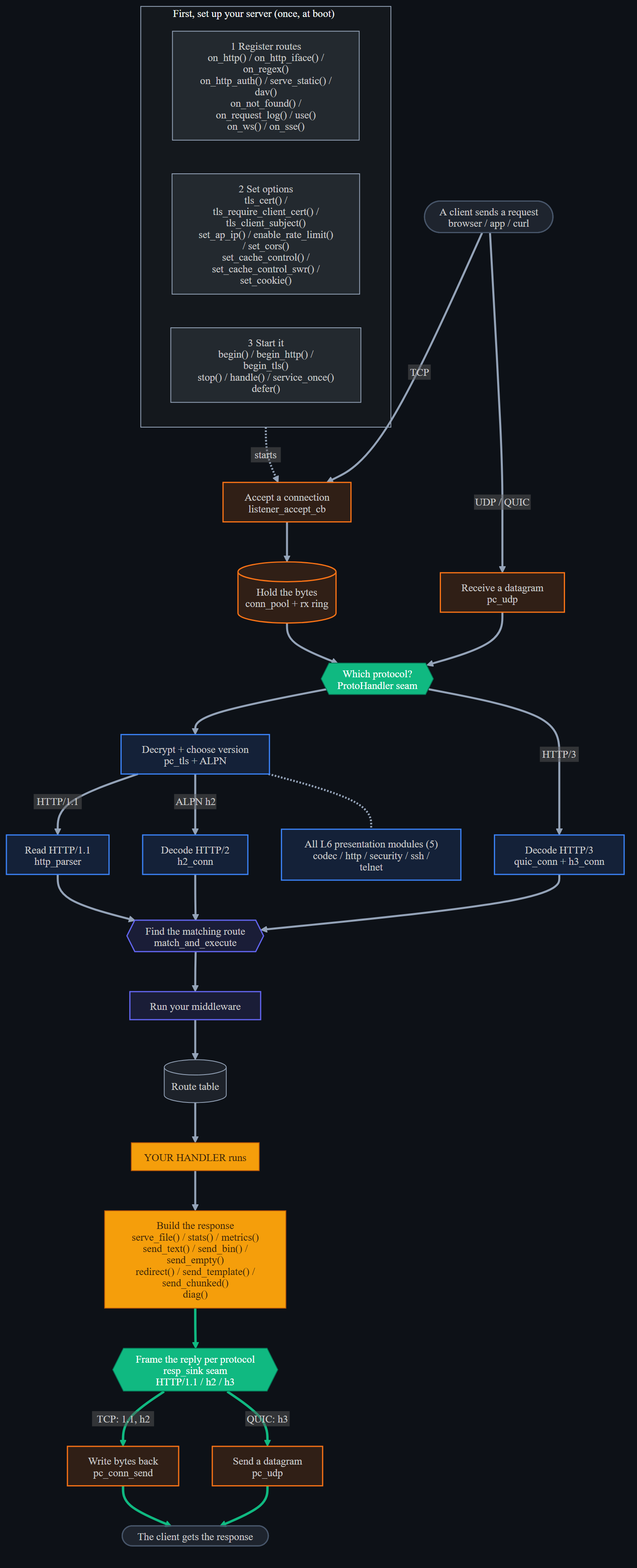
The Mermaid diagram docs/diagrams/api_flow_detail.dark.png in dstroy0/DeterministicESPAsyncWebServer, before a commit. Its source is kept beside it as docs/diagrams/api_flow_detail.mmd.
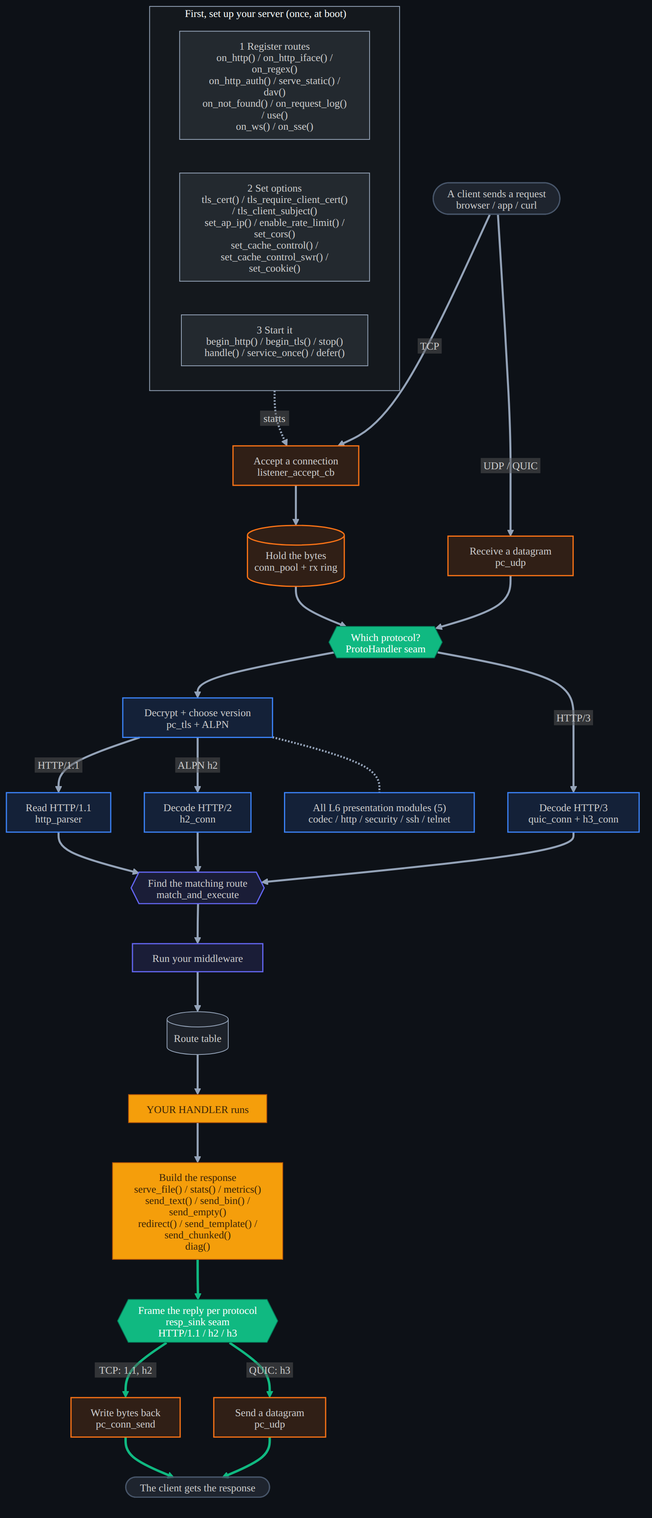
Above is the later version.

The edit, as a diff of the source:
```diff
@@ -4,7 +4,7 @@
     direction LR
     reg["1 Register routes<br/>on_http() / on_http_iface() / on_regex()<br/>on_http_auth() / serve_static() / dav()<br/>on_not_found() / on_request_log() / use()<br/>on_ws() / on_sse()"]
     cfg["2 Set options<br/>tls_cert() / tls_require_client_cert() / tls_client_subject()<br/>set_ap_ip() / enable_rate_limit() / set_cors()<br/>set_cache_control() / set_cache_control_swr() / set_cookie()"]
-    run["3 Start it<br/>begin() / begin_http() / begin_tls()<br/>stop() / handle() / service_once()<br/>defer()"]
+    run["3 Start it<br/>begin_http() / begin_tls() / stop()<br/>handle() / service_once() / defer()"]
   end
 
   cin(["A client sends a request<br/>browser / app / curl"])
```
